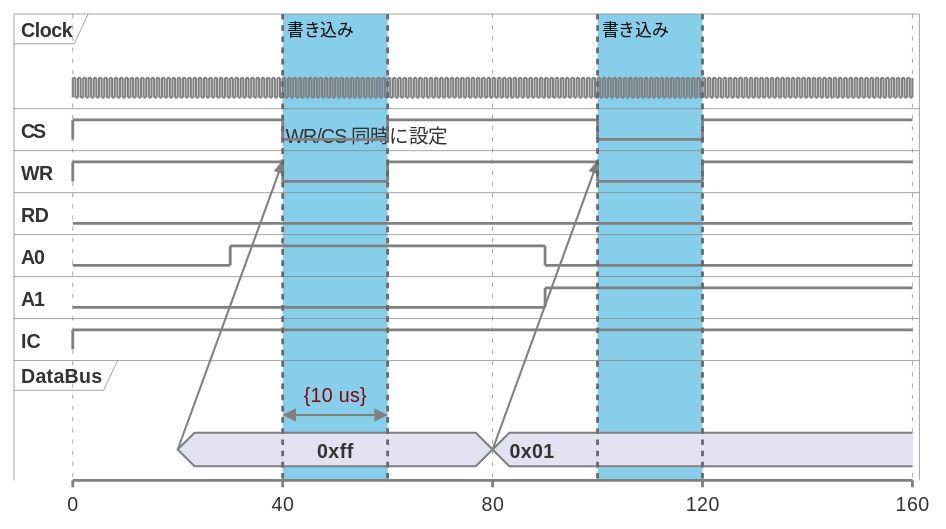
This is docs/Chapter04/images/diag-timing-sample1.svg from h1romas4/asciidoctor-gradle-template, a PlantUML export, as it was before one commit. Its source is kept beside it as src/docs/asciidoc/Chapter04/puml/diag-timing-sample1.puml.
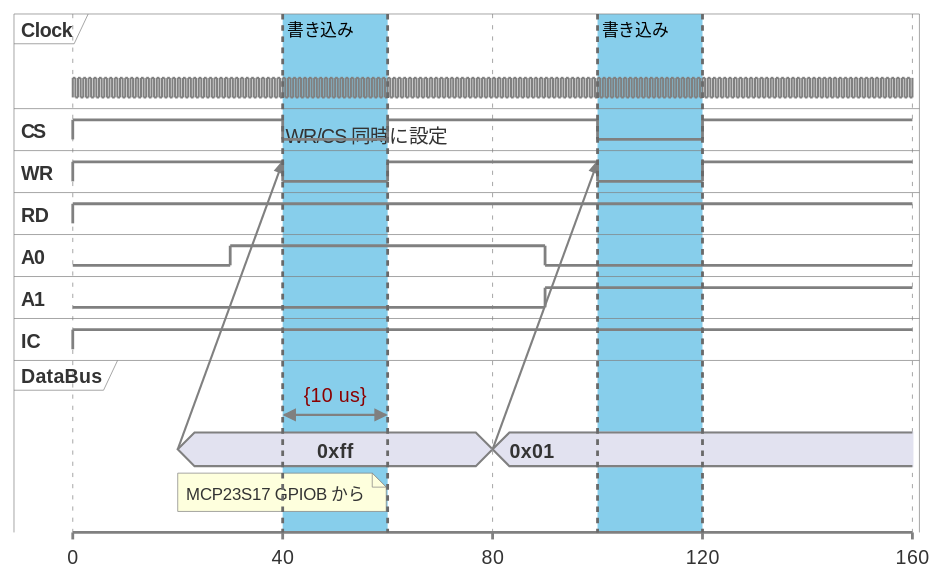
After the commit.

The edit, as a diff of the source:
```diff
@@ -3,6 +3,10 @@
 timingDiagram {
     LineColor gray
     FontSize 14
+    note {
+        FontSize 12
+        FontStyle normal
+    }
 }
 </style>
 scale 40 as 150 pixels
@@ -29,13 +33,14 @@
 IC is high
 CS is high
 WR is high
-RD is low
+RD is high
 A0 is low
 A1 is low
 
 @:set_data_bus_1
 DB is "0xff"
 DB -> WR@+20
+note bottom of DB : MCP23S17 GPIOB から
 
 @:set_addr_1
 A0 is high
```
